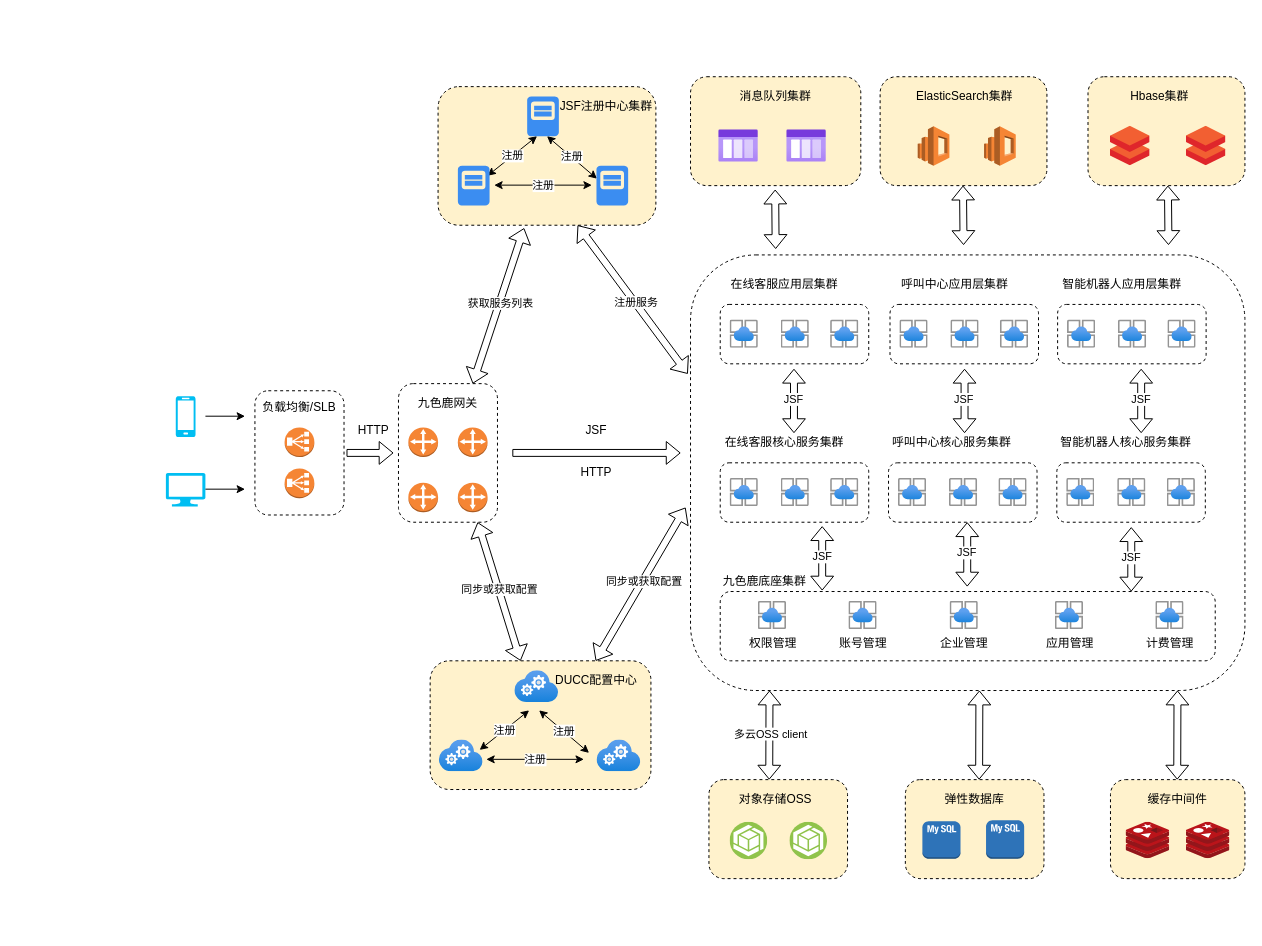
Above: 九色鹿部署架构图.drawio in greenabyss/image (draw.io), before the change. Source tidied: cells renumbered, new cells numbered last; positions are measured from the earlier drawing's top-left corner, leaving out a move shared by most shapes. Both pictures are drawn from the tidied source at 99%, with x=0, y=0 at pixel (165, 76).
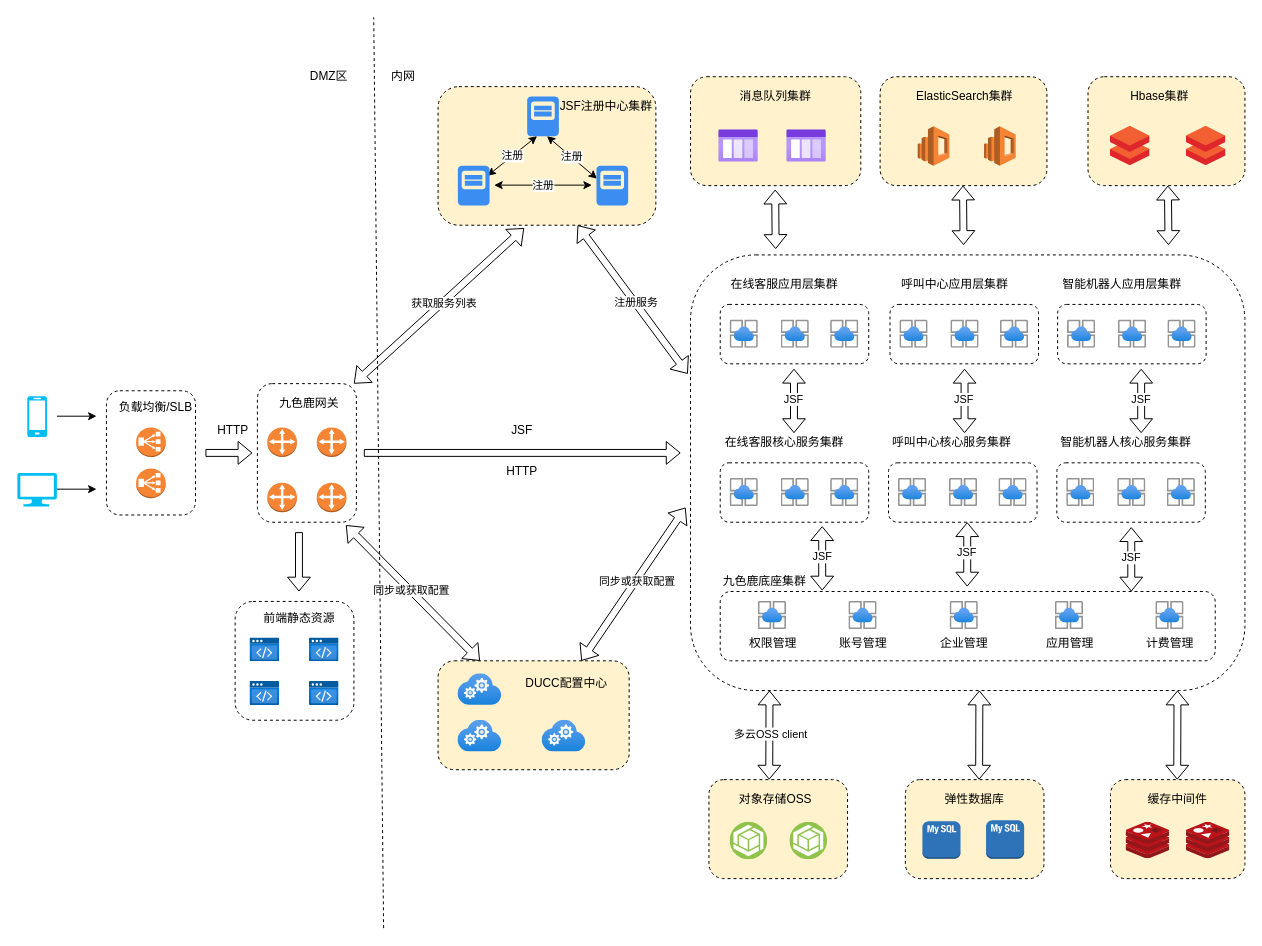
The same diagram, later.

Commit message:
更新九色鹿部署架构图.drawio

Unchanged cells that the change refers to:
```xml
<mxCell id="62" style="rounded=1;whiteSpace=wrap;html=1;dashed=1;fillColor=#FFF2CC;" parent="1" vertex="1">
  <mxGeometry x="275" y="10" width="220" height="140" as="geometry" />
</mxCell>
```

Diff of the diagram source:
```diff
@@
     <mxCell id="3" style="rounded=1;whiteSpace=wrap;html=1;dashed=1;fillColor=#FFFFFF;" parent="1" vertex="1">
-      <mxGeometry x="90" y="317.2" width="90" height="125.5" as="geometry" />
+      <mxGeometry x="-60" y="317.2" width="90" height="125.5" as="geometry" />
     </mxCell>
@@
     <mxCell id="54" style="rounded=1;whiteSpace=wrap;html=1;dashed=1;fillColor=#FFFFFF;" parent="1" vertex="1">
-      <mxGeometry x="235" y="310" width="100" height="140" as="geometry" />
+      <mxGeometry x="92.5" y="310" width="100" height="140" as="geometry" />
     </mxCell>
     <mxCell id="55" style="dashed=0;verticalLabelPosition=bottom;verticalAlign=top;align=center;html=1;shape=mxgraph.aws3.customer_gateway;fillColor=#F58534;gradientColor=none;rounded=1;" parent="1" vertex="1">
-      <mxGeometry x="245" y="354.2" width="30" height="30" as="geometry" />
+      <mxGeometry x="102.5" y="354.2" width="30" height="30" as="geometry" />
     </mxCell>
     <mxCell id="56" style="dashed=0;verticalLabelPosition=bottom;verticalAlign=top;align=center;html=1;shape=mxgraph.aws3.customer_gateway;fillColor=#F58534;gradientColor=none;rounded=1;" parent="1" vertex="1">
-      <mxGeometry x="295" y="354.2" width="30" height="30" as="geometry" />
+      <mxGeometry x="152.5" y="354.2" width="30" height="30" as="geometry" />
     </mxCell>
     <mxCell id="57" style="dashed=0;verticalLabelPosition=bottom;verticalAlign=top;align=center;html=1;shape=mxgraph.aws3.customer_gateway;fillColor=#F58534;gradientColor=none;rounded=1;" parent="1" vertex="1">
-      <mxGeometry x="245" y="410" width="30" height="30" as="geometry" />
+      <mxGeometry x="102.5" y="410" width="30" height="30" as="geometry" />
     </mxCell>
     <mxCell id="58" value="九色鹿网关" style="text;html=1;strokeColor=none;fillColor=none;align=center;verticalAlign=middle;whiteSpace=wrap;rounded=0;dashed=1;" parent="1" vertex="1">
-      <mxGeometry x="220" y="320" width="130" height="20" as="geometry" />
+      <mxGeometry x="80" y="320" width="130" height="20" as="geometry" />
     </mxCell>
     <mxCell id="59" style="shape=flexArrow;endArrow=classic;startArrow=none;html=1;width=7;endWidth=15;endSize=4.33;startWidth=15;startSize=4.33;startFill=0;" parent="1" edge="1">
       <mxGeometry relative="1" as="geometry">
-        <mxPoint x="350" y="380" as="sourcePoint" />
+        <mxPoint x="200" y="380" as="sourcePoint" />
         <mxPoint x="520" y="380" as="targetPoint" />
       </mxGeometry>
     </mxCell>
     <mxCell id="60" value="JSF" style="text;html=1;strokeColor=none;fillColor=none;align=center;verticalAlign=middle;whiteSpace=wrap;rounded=0;dashed=1;" parent="1" vertex="1">
-      <mxGeometry x="370" y="346.9" width="130" height="20" as="geometry" />
+      <mxGeometry x="295" y="346.9" width="130" height="20" as="geometry" />
     </mxCell>
     <mxCell id="61" value="HTTP" style="text;html=1;strokeColor=none;fillColor=none;align=center;verticalAlign=middle;whiteSpace=wrap;rounded=0;dashed=1;" parent="1" vertex="1">
-      <mxGeometry x="370" y="390" width="130" height="20" as="geometry" />
+      <mxGeometry x="295" y="388.5" width="130" height="20" as="geometry" />
     </mxCell>
@@
     <mxCell id="63" style="dashed=0;verticalLabelPosition=bottom;verticalAlign=top;align=center;html=1;shape=mxgraph.aws3.customer_gateway;fillColor=#F58534;gradientColor=none;rounded=1;" parent="1" vertex="1">
-      <mxGeometry x="295" y="410" width="30" height="30" as="geometry" />
+      <mxGeometry x="152.5" y="410" width="30" height="30" as="geometry" />
     </mxCell>
@@
-    <mxCell id="71" style="shape=flexArrow;endArrow=classic;startArrow=classic;html=1;width=7;endWidth=15;endSize=4.33;startWidth=15;startSize=4.33;exitX=0.75;exitY=0;exitDx=0;exitDy=0;entryX=0.395;entryY=1.021;entryDx=0;entryDy=0;entryPerimeter=0;" parent="1" edge="1" source="54" target="62">
-      <mxGeometry relative="1" as="geometry" />
+    <mxCell id="71" style="shape=flexArrow;endArrow=classic;startArrow=classic;html=1;width=7;endWidth=15;endSize=4.33;startWidth=15;startSize=4.33;entryX=0.395;entryY=1.021;entryDx=0;entryDy=0;entryPerimeter=0;" parent="1" edge="1" target="62">
+      <mxGeometry relative="1" as="geometry">
+        <mxPoint x="190" y="310" as="sourcePoint" />
+      </mxGeometry>
     </mxCell>
@@
     <mxCell id="81" style="rounded=1;whiteSpace=wrap;html=1;dashed=1;fillColor=#FFF2CC;" parent="1" vertex="1">
-      <mxGeometry x="267" y="590" width="223" height="130" as="geometry" />
+      <mxGeometry x="275" y="590" width="193" height="110" as="geometry" />
     </mxCell>
-    <mxCell id="82" value="注册" style="endArrow=classic;startArrow=classic;html=1;" parent="1" edge="1">
-      <mxGeometry relative="1" as="geometry">
-        <mxPoint x="317" y="680" as="sourcePoint" />
-        <mxPoint x="367" y="640" as="targetPoint" />
-      </mxGeometry>
-    </mxCell>
-    <mxCell id="83" value="注册" style="endArrow=classic;startArrow=classic;html=1;entryX=-0.037;entryY=0.5;entryDx=0;entryDy=0;entryPerimeter=0;" parent="1" edge="1">
-      <mxGeometry relative="1" as="geometry">
-        <mxPoint x="323.7" y="689.5" as="sourcePoint" />
-        <mxPoint x="422.3" y="689.5" as="targetPoint" />
-      </mxGeometry>
-    </mxCell>
-    <mxCell id="84" value="注册" style="endArrow=classic;startArrow=classic;html=1;entryX=0.013;entryY=0.075;entryDx=0;entryDy=0;entryPerimeter=0;" parent="1" edge="1">
-      <mxGeometry relative="1" as="geometry">
-        <mxPoint x="377" y="640" as="sourcePoint" />
-        <mxPoint x="427.5" y="683" as="targetPoint" />
-      </mxGeometry>
-    </mxCell>
     <mxCell id="85" value="DUCC配置中心" style="text;html=1;strokeColor=none;fillColor=none;align=center;verticalAlign=middle;whiteSpace=wrap;rounded=0;dashed=1;" parent="1" vertex="1">
-      <mxGeometry x="370" y="600" width="130" height="20" as="geometry" />
+      <mxGeometry x="340" y="603" width="130" height="20" as="geometry" />
     </mxCell>
     <mxCell id="86" style="html=1;align=center;image;fontSize=12;image=img/lib/azure2/compute/Cloud_Services_Classic.svg;rounded=1;dashed=1;fillColor=#FFFFFF;" parent="1" vertex="1">
-      <mxGeometry x="352.5" y="600" width="44.3" height="32" as="geometry" />
+      <mxGeometry x="295" y="650" width="44.3" height="32" as="geometry" />
     </mxCell>
     <mxCell id="87" style="html=1;align=center;image;fontSize=12;image=img/lib/azure2/compute/Cloud_Services_Classic.svg;rounded=1;dashed=1;fillColor=#FFFFFF;" parent="1" vertex="1">
-      <mxGeometry x="276.2" y="670" width="44.3" height="32" as="geometry" />
+      <mxGeometry x="295" y="603" width="44.3" height="32" as="geometry" />
     </mxCell>
     <mxCell id="88" style="html=1;align=center;image;fontSize=12;image=img/lib/azure2/compute/Cloud_Services_Classic.svg;rounded=1;dashed=1;fillColor=#FFFFFF;" parent="1" vertex="1">
-      <mxGeometry x="435.5" y="670" width="44.3" height="32" as="geometry" />
+      <mxGeometry x="380" y="650" width="44.3" height="32" as="geometry" />
     </mxCell>
-    <mxCell id="89" style="shape=flexArrow;endArrow=classic;startArrow=classic;html=1;width=7;endWidth=15;endSize=4.33;startWidth=15;startSize=4.33;" parent="1" edge="1" source="81">
-      <mxGeometry relative="1" as="geometry">
-        <mxPoint x="315" y="450" as="targetPoint" />
-      </mxGeometry>
+    <mxCell id="89" style="shape=flexArrow;endArrow=classic;startArrow=classic;html=1;width=7;endWidth=15;endSize=4.33;startWidth=15;startSize=4.33;entryX=0.895;entryY=1.021;entryDx=0;entryDy=0;entryPerimeter=0;" parent="1" edge="1" source="81" target="54">
+      <mxGeometry relative="1" as="geometry" />
     </mxCell>
@@
     <mxCell id="108" style="verticalLabelPosition=bottom;html=1;verticalAlign=top;align=center;strokeColor=none;fillColor=#00BEF2;shape=mxgraph.azure.mobile;rounded=1;dashed=1;" parent="1" vertex="1">
-      <mxGeometry x="10" y="322.8" width="20" height="41.2" as="geometry" />
+      <mxGeometry x="-140" y="322.8" width="20" height="41.2" as="geometry" />
     </mxCell>
     <mxCell id="109" style="verticalLabelPosition=bottom;html=1;verticalAlign=top;align=center;strokeColor=none;fillColor=#00BEF2;shape=mxgraph.azure.computer;rounded=1;dashed=1;" parent="1" vertex="1">
-      <mxGeometry y="400.2" width="40" height="33.8" as="geometry" />
+      <mxGeometry x="-150" y="400.2" width="40" height="33.8" as="geometry" />
     </mxCell>
     <mxCell id="110" value="负载均衡/SLB" style="text;html=1;strokeColor=none;fillColor=none;align=center;verticalAlign=middle;whiteSpace=wrap;rounded=0;dashed=1;" parent="1" vertex="1">
-      <mxGeometry x="90" y="327.2" width="90" height="12.8" as="geometry" />
+      <mxGeometry x="-55" y="327.2" width="90" height="12.8" as="geometry" />
     </mxCell>
     <mxCell id="111" style="dashed=0;verticalLabelPosition=bottom;verticalAlign=top;align=center;html=1;shape=mxgraph.aws3.classic_load_balancer;fillColor=#F58534;gradientColor=none;rounded=1;" parent="1" vertex="1">
-      <mxGeometry x="120" y="354.2" width="30" height="30" as="geometry" />
+      <mxGeometry x="-30" y="354.2" width="30" height="30" as="geometry" />
     </mxCell>
     <mxCell id="112" style="dashed=0;verticalLabelPosition=bottom;verticalAlign=top;align=center;html=1;shape=mxgraph.aws3.classic_load_balancer;fillColor=#F58534;gradientColor=none;rounded=1;" parent="1" vertex="1">
-      <mxGeometry x="120" y="395.8" width="30" height="30" as="geometry" />
+      <mxGeometry x="-30" y="395.8" width="30" height="30" as="geometry" />
     </mxCell>
     <mxCell id="113" style="endArrow=classic;html=1;" parent="1" edge="1">
       <mxGeometry relative="1" as="geometry">
-        <mxPoint x="40" y="342.9" as="sourcePoint" />
-        <mxPoint x="80" y="342.9" as="targetPoint" />
+        <mxPoint x="-110" y="342.9" as="sourcePoint" />
+        <mxPoint x="-70" y="342.9" as="targetPoint" />
       </mxGeometry>
     </mxCell>
     <mxCell id="114" style="endArrow=classic;html=1;" parent="1" edge="1">
       <mxGeometry relative="1" as="geometry">
-        <mxPoint x="40" y="416.6" as="sourcePoint" />
-        <mxPoint x="80" y="416.6" as="targetPoint" />
+        <mxPoint x="-110" y="416.6" as="sourcePoint" />
+        <mxPoint x="-70" y="416.6" as="targetPoint" />
       </mxGeometry>
     </mxCell>
     <mxCell id="115" style="shape=flexArrow;endArrow=classic;startArrow=none;html=1;width=7;endWidth=15;endSize=4.33;startWidth=15;startSize=4.33;startFill=0;" parent="1" edge="1">
       <mxGeometry relative="1" as="geometry">
-        <mxPoint x="182.5" y="380" as="sourcePoint" />
-        <mxPoint x="230" y="380" as="targetPoint" />
+        <mxPoint x="40" y="380" as="sourcePoint" />
+        <mxPoint x="87.5" y="380" as="targetPoint" />
       </mxGeometry>
     </mxCell>
     <mxCell id="116" value="HTTP" style="text;html=1;strokeColor=none;fillColor=none;align=center;verticalAlign=middle;whiteSpace=wrap;rounded=0;dashed=1;" parent="1" vertex="1">
-      <mxGeometry x="185" y="349.8" width="50" height="14.2" as="geometry" />
+      <mxGeometry x="42.5" y="349.8" width="50" height="14.2" as="geometry" />
     </mxCell>
@@
+    <mxCell id="126" style="rounded=1;whiteSpace=wrap;html=1;dashed=1;fillColor=#FFFFFF;" parent="1" vertex="1">
+      <mxGeometry x="70" y="530" width="120" height="120" as="geometry" />
+    </mxCell>
+    <mxCell id="127" style="html=1;align=center;image;fontSize=12;image=img/lib/azure2/preview/Static_Apps.svg;rounded=0;dashed=1;fillColor=#FFFFFF;" parent="1" vertex="1">
+      <mxGeometry x="85" y="567" width="30" height="24" as="geometry" />
+    </mxCell>
+    <mxCell id="128" style="html=1;align=center;image;fontSize=12;image=img/lib/azure2/preview/Static_Apps.svg;rounded=0;dashed=1;fillColor=#FFFFFF;" parent="1" vertex="1">
+      <mxGeometry x="145" y="567" width="30" height="24" as="geometry" />
+    </mxCell>
+    <mxCell id="129" style="html=1;align=center;image;fontSize=12;image=img/lib/azure2/preview/Static_Apps.svg;rounded=0;dashed=1;fillColor=#FFFFFF;" parent="1" vertex="1">
+      <mxGeometry x="85" y="611" width="30" height="24" as="geometry" />
+    </mxCell>
+    <mxCell id="130" style="html=1;align=center;image;fontSize=12;image=img/lib/azure2/preview/Static_Apps.svg;rounded=0;dashed=1;fillColor=#FFFFFF;" parent="1" vertex="1">
+      <mxGeometry x="145" y="611" width="30" height="24" as="geometry" />
+    </mxCell>
+    <mxCell id="131" value="前端静态资源" style="text;html=1;strokeColor=none;fillColor=none;align=center;verticalAlign=middle;whiteSpace=wrap;rounded=0;dashed=1;" parent="1" vertex="1">
+      <mxGeometry x="90" y="541" width="90" height="12.8" as="geometry" />
+    </mxCell>
+    <mxCell id="132" style="shape=flexArrow;endArrow=classic;startArrow=none;html=1;width=7;endWidth=15;endSize=4.33;startWidth=15;startSize=4.33;startFill=0;" parent="1" edge="1">
+      <mxGeometry relative="1" as="geometry">
+        <mxPoint x="134.5" y="460" as="sourcePoint" />
+        <mxPoint x="134.5" y="520" as="targetPoint" />
+      </mxGeometry>
+    </mxCell>
+    <mxCell id="133" value="DMZ区" style="text;html=1;strokeColor=none;fillColor=none;align=center;verticalAlign=middle;whiteSpace=wrap;rounded=0;dashed=1;" parent="1" vertex="1">
+      <mxGeometry x="145" y="-10" width="40" height="20" as="geometry" />
+    </mxCell>
+    <mxCell id="134" value="内网" style="text;html=1;strokeColor=none;fillColor=none;align=center;verticalAlign=middle;whiteSpace=wrap;rounded=0;dashed=1;" parent="1" vertex="1">
+      <mxGeometry x="220" y="-10" width="40" height="20" as="geometry" />
+    </mxCell>
+    <mxCell id="135" style="endArrow=none;html=1;dashed=1;" parent="1" edge="1">
+      <mxGeometry relative="1" as="geometry">
+        <mxPoint x="220" y="860" as="sourcePoint" />
+        <mxPoint x="210" y="-60" as="targetPoint" />
+      </mxGeometry>
+    </mxCell>
```
